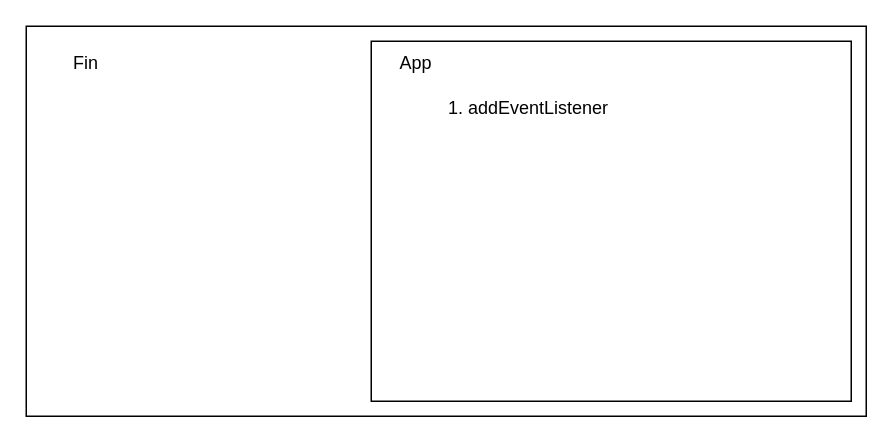
Above: iframePostmessage.drawio in lance631/notes (draw.io), before the change. Source tidied: cells renumbered, new cells numbered last; positions are measured from the earlier drawing's top-left corner, leaving out a move shared by most shapes. Both pictures are drawn from the tidied source at 150%, with x=0, y=0 at pixel (26, 26).
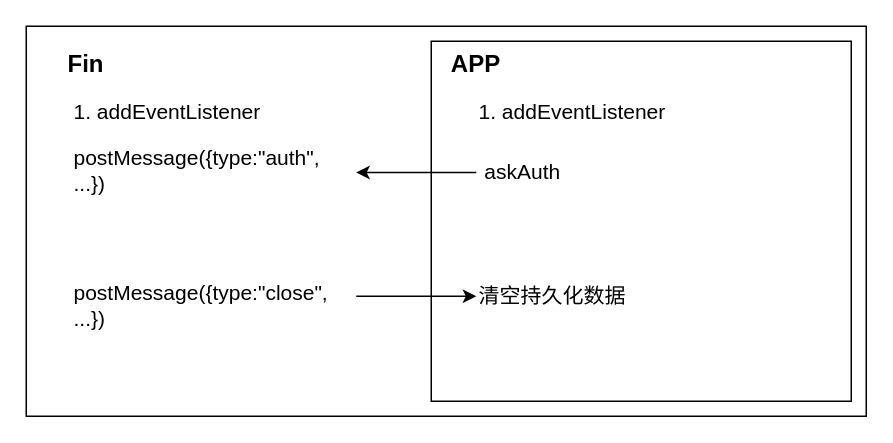
The same page after the edit.

The edit, as a diff of the source:
```diff
@@
 <mxGraphModel>
   <root>
     <mxCell id="0" />
     <mxCell id="1" parent="0" />
     <mxCell id="2" style="rounded=0;whiteSpace=wrap;html=1;" parent="1" vertex="1">
       <mxGeometry width="560" height="260" as="geometry" />
     </mxCell>
     <mxCell id="3" style="rounded=0;whiteSpace=wrap;html=1;" parent="1" vertex="1">
-      <mxGeometry x="230" y="10" width="320" height="240" as="geometry" />
+      <mxGeometry x="270" y="10" width="280" height="240" as="geometry" />
     </mxCell>
-    <mxCell id="4" value="Fin" style="text;html=1;align=center;verticalAlign=middle;whiteSpace=wrap;rounded=0;" parent="1" vertex="1">
+    <mxCell id="4" value="Fin" style="text;html=1;align=center;verticalAlign=middle;whiteSpace=wrap;rounded=0;fontStyle=1;fontSize=16;" parent="1" vertex="1">
       <mxGeometry x="10" y="10" width="60" height="30" as="geometry" />
     </mxCell>
-    <mxCell id="5" value="App" style="text;html=1;align=center;verticalAlign=middle;whiteSpace=wrap;rounded=0;" parent="1" vertex="1">
-      <mxGeometry x="230" y="10" width="60" height="30" as="geometry" />
+    <mxCell id="5" value="APP" style="text;html=1;align=center;verticalAlign=middle;whiteSpace=wrap;rounded=0;fontSize=16;fontStyle=1;" parent="1" vertex="1">
+      <mxGeometry x="270" y="10" width="60" height="30" as="geometry" />
     </mxCell>
-    <mxCell id="6" value="1. addEventListener" style="text;html=1;align=center;verticalAlign=middle;whiteSpace=wrap;rounded=0;" parent="1" vertex="1">
-      <mxGeometry x="240" y="40" width="190" height="30" as="geometry" />
+    <mxCell id="6" value="1. addEventListener&lt;div&gt;&lt;br&gt;&lt;/div&gt;" style="text;html=1;align=left;verticalAlign=middle;whiteSpace=wrap;rounded=0;fontSize=14;" parent="1" vertex="1">
+      <mxGeometry x="300" y="50" width="190" height="30" as="geometry" />
     </mxCell>
+    <mxCell id="7" value="&lt;div&gt;&lt;span style=&quot;background-color: transparent; color: light-dark(rgb(0, 0, 0), rgb(255, 255, 255));&quot;&gt;&amp;nbsp;askAuth&lt;/span&gt;&lt;/div&gt;&lt;div&gt;&lt;br&gt;&lt;/div&gt;" style="text;html=1;align=left;verticalAlign=middle;whiteSpace=wrap;rounded=0;fontSize=14;" parent="1" vertex="1">
+      <mxGeometry x="300" y="90" width="190" height="30" as="geometry" />
+    </mxCell>
+    <mxCell id="8" value="1. addEventListener&lt;div&gt;&lt;br&gt;&lt;/div&gt;" style="text;html=1;align=left;verticalAlign=middle;whiteSpace=wrap;rounded=0;fontSize=14;" parent="1" vertex="1">
+      <mxGeometry x="30" y="50" width="190" height="30" as="geometry" />
+    </mxCell>
+    <mxCell id="9" value="postMessage({type:&quot;auth&quot;, ...})&lt;div&gt;&lt;br&gt;&lt;/div&gt;" style="text;html=1;align=left;verticalAlign=middle;whiteSpace=wrap;rounded=0;fontSize=14;" parent="1" vertex="1">
+      <mxGeometry x="30" y="90" width="190" height="30" as="geometry" />
+    </mxCell>
+    <mxCell id="10" value="postMessage({type:&quot;close&quot;, ...})&lt;div&gt;&lt;br&gt;&lt;/div&gt;" style="text;html=1;align=left;verticalAlign=middle;whiteSpace=wrap;rounded=0;fontSize=14;" parent="1" vertex="1">
+      <mxGeometry x="30" y="180" width="190" height="30" as="geometry" />
+    </mxCell>
+    <mxCell id="11" style="endArrow=classic;html=1;rounded=0;exitX=0;exitY=0.25;exitDx=0;exitDy=0;entryX=1;entryY=0.25;entryDx=0;entryDy=0;" parent="1" edge="1" source="7" target="9">
+      <mxGeometry relative="1" as="geometry" />
+    </mxCell>
+    <mxCell id="12" value="清空持久化数据" style="text;html=1;align=left;verticalAlign=middle;whiteSpace=wrap;rounded=0;fontSize=14;" parent="1" vertex="1">
+      <mxGeometry x="300" y="170" width="120" height="20" as="geometry" />
+    </mxCell>
+    <mxCell id="13" style="endArrow=classic;html=1;rounded=0;entryX=0;entryY=0.5;entryDx=0;entryDy=0;" parent="1" edge="1" target="12">
+      <mxGeometry relative="1" as="geometry">
+        <mxPoint x="220" y="180" as="sourcePoint" />
+      </mxGeometry>
+    </mxCell>
   </root>
 </mxGraphModel>
```
